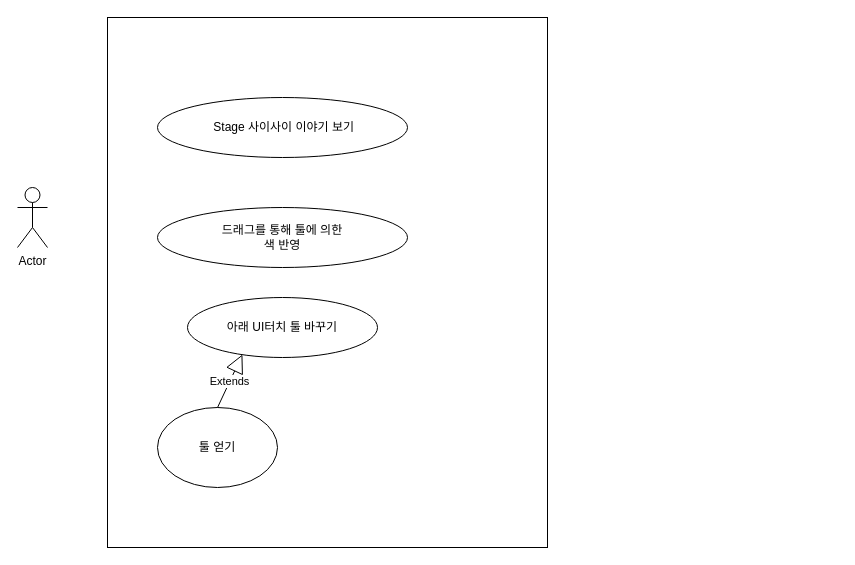
Before: page "페이지-1" (1 of 2) of 2021_Summer_Vacation.drawio in ParkSeongTeak/2021_Summer_Vacation, a draw.io diagram. Source tidied: cells renumbered, new cells numbered last; positions are measured from the earlier drawing's top-left corner, leaving out a move shared by most shapes. Both pictures are drawn from the tidied source at 100%, with x=0, y=0 at pixel (17, 17).
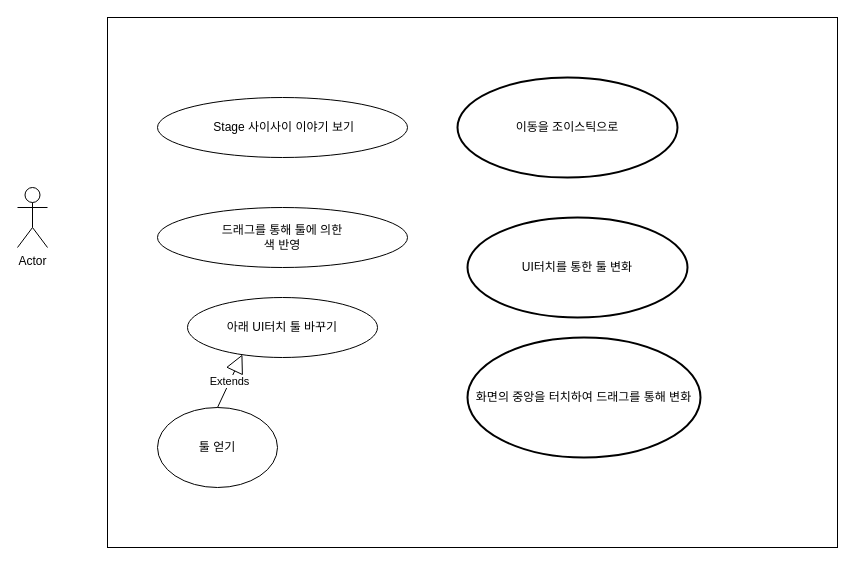
After the change.

The edit, as a diff of the source:
```diff
@@
 <mxGraphModel>
   <root>
     <mxCell id="0" />
     <mxCell id="1" parent="0" />
     <mxCell id="2" value="Actor" style="shape=umlActor;verticalLabelPosition=bottom;verticalAlign=top;html=1;" parent="1" vertex="1">
       <mxGeometry y="170" width="30" height="60" as="geometry" />
     </mxCell>
     <mxCell id="3" style="rounded=0;whiteSpace=wrap;html=1;" parent="1" vertex="1">
-      <mxGeometry x="90" width="440" height="530" as="geometry" />
+      <mxGeometry x="90" width="730" height="530" as="geometry" />
     </mxCell>
     <mxCell id="4" value="아래 UI터치 툴 바꾸기" style="ellipse;whiteSpace=wrap;html=1;" parent="1" vertex="1">
       <mxGeometry x="170" y="280" width="190" height="60" as="geometry" />
     </mxCell>
     <mxCell id="5" value="드래그를 통해 툴에 의한&lt;br&gt;색 반영" style="ellipse;whiteSpace=wrap;html=1;" parent="1" vertex="1">
       <mxGeometry x="140" y="190" width="250" height="60" as="geometry" />
     </mxCell>
     <mxCell id="6" value="&amp;nbsp;Stage 사이사이 이야기 보기" style="ellipse;whiteSpace=wrap;html=1;" parent="1" vertex="1">
       <mxGeometry x="140" y="80" width="250" height="60" as="geometry" />
     </mxCell>
     <mxCell id="7" value="툴 얻기" style="ellipse;whiteSpace=wrap;html=1;" parent="1" vertex="1">
       <mxGeometry x="140" y="390" width="120" height="80" as="geometry" />
     </mxCell>
-    <mxCell id="8" value="Extends" style="endArrow=block;endSize=16;endFill=0;html=1;rounded=0;exitX=0.25;exitY=0.736;exitDx=0;exitDy=0;exitPerimeter=0;entryX=0.289;entryY=0.95;entryDx=0;entryDy=0;entryPerimeter=0;" parent="1" edge="1" source="3" target="4">
+    <mxCell id="8" value="Extends" style="endArrow=block;endSize=16;endFill=0;html=1;rounded=0;entryX=0.289;entryY=0.95;entryDx=0;entryDy=0;entryPerimeter=0;exitX=0.5;exitY=0;exitDx=0;exitDy=0;" parent="1" edge="1" source="7" target="4">
       <mxGeometry relative="1" as="geometry" />
     </mxCell>
+    <mxCell id="9" value="이동을 조이스틱으로" style="strokeWidth=2;html=1;shape=mxgraph.flowchart.start_1;whiteSpace=wrap;" parent="1" vertex="1">
+      <mxGeometry x="440" y="60" width="220" height="100" as="geometry" />
+    </mxCell>
+    <mxCell id="10" value="UI터치를 통한 툴 변화" style="strokeWidth=2;html=1;shape=mxgraph.flowchart.start_1;whiteSpace=wrap;" parent="1" vertex="1">
+      <mxGeometry x="450" y="200" width="220" height="100" as="geometry" />
+    </mxCell>
+    <mxCell id="11" value="화면의 중앙을 터치하여 드래그를 통해 변화" style="strokeWidth=2;html=1;shape=mxgraph.flowchart.start_1;whiteSpace=wrap;" parent="1" vertex="1">
+      <mxGeometry x="450" y="320" width="233" height="120" as="geometry" />
+    </mxCell>
   </root>
 </mxGraphModel>
```
